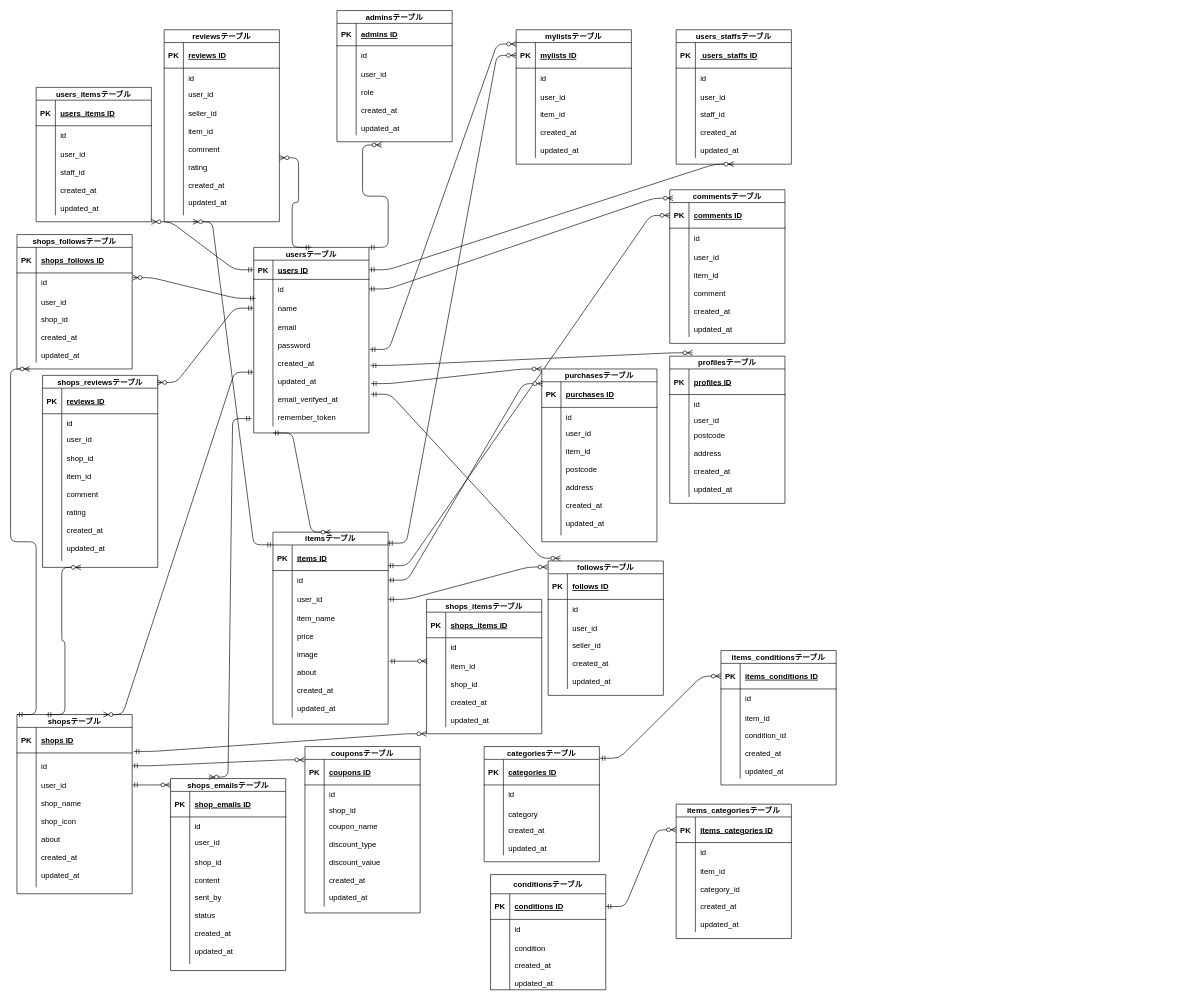
Earlier version of the draw.io diagram coachtechフリマ-1.drawio (YutaTomatsu/Coachtech-). Source tidied: cells renumbered, new cells numbered last; positions are measured from the earlier drawing's top-left corner, leaving out a move shared by most shapes. Both pictures are drawn from the tidied source at 64%, with x=0, y=0 at pixel (17, 10).
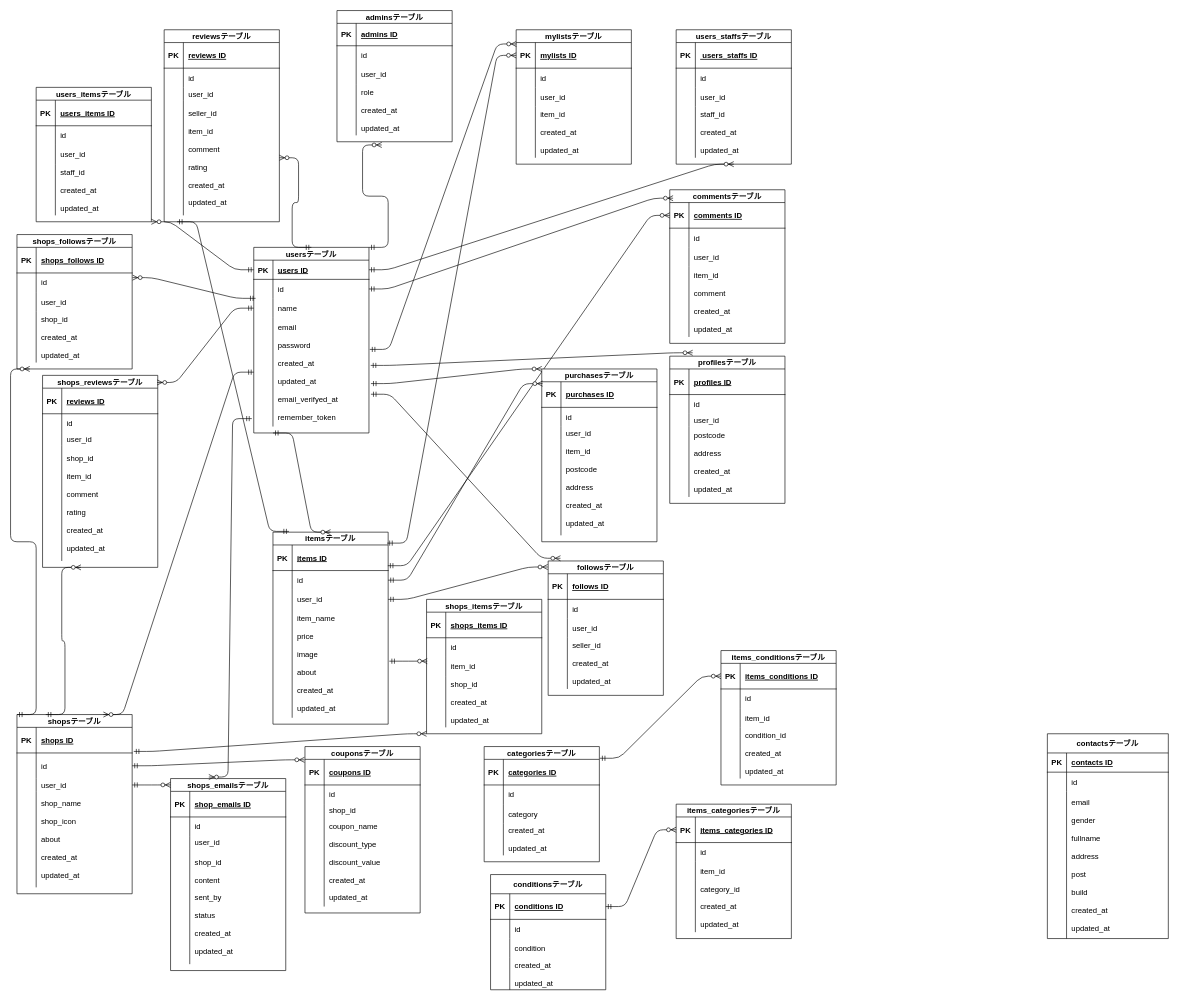
The same page after the edit.

The change refers to these unchanged cells:
```xml
<mxCell id="28" value="itemsテーブル" style="shape=table;startSize=20;childLayout=tableLayout;rowLines=0;fontStyle=1;align=center;" parent="1" vertex="1">
  <mxGeometry x="400" y="815" width="180" height="300" as="geometry" />
</mxCell>
<mxCell id="29" style="shape=tableRow;horizontal=0;startSize=0;swimlaneHead=0;swimlaneBody=0;fillColor=none;points=[[0,0.5],[1,0.5]];portConstraint=eastwest;top=0;left=0;right=0;bottom=1;" parent="28" vertex="1">
  <mxGeometry y="20" width="180" height="40" as="geometry" />
</mxCell>
<mxCell id="155" value="reviewsテーブル" style="shape=table;startSize=20;childLayout=tableLayout;rowLines=0;fontStyle=1;align=center;" parent="1" vertex="1">
  <mxGeometry x="230" y="30" width="180" height="300" as="geometry" />
</mxCell>
```

Diff of the diagram source:
```diff
@@
-    <mxCell id="168" style="edgeStyle=entityRelationEdgeStyle;fontSize=12;html=1;endArrow=ERzeroToMany;startArrow=ERmandOne;exitX=0;exitY=-0.007;exitDx=0;exitDy=0;exitPerimeter=0;entryX=0.25;entryY=1;entryDx=0;entryDy=0;" parent="1" edge="1" source="29" target="155">
-      <mxGeometry relative="1" as="geometry" />
-    </mxCell>
@@
+    <mxCell id="302" value="contactsテーブル" style="shape=table;startSize=30;childLayout=tableLayout;rowLines=0;fontStyle=1;align=center;" parent="1" vertex="1">
+      <mxGeometry x="1610" y="1130" width="189" height="320" as="geometry" />
+    </mxCell>
+    <mxCell id="303" style="shape=tableRow;horizontal=0;startSize=0;swimlaneHead=0;swimlaneBody=0;fillColor=none;top=0;left=0;right=0;bottom=1;" parent="302" vertex="1">
+      <mxGeometry y="30" width="189" height="30" as="geometry" />
+    </mxCell>
+    <mxCell id="304" value="PK" style="shape=partialRectangle;fillColor=none;top=0;left=0;bottom=0;right=0;fontStyle=1;overflow=hidden;" parent="303" vertex="1">
+      <mxGeometry width="30" height="30" as="geometry" />
+    </mxCell>
+    <mxCell id="305" value="contacts ID" style="shape=partialRectangle;fillColor=none;top=0;left=0;bottom=0;right=0;align=left;spacingLeft=6;fontStyle=5;overflow=hidden;" parent="303" vertex="1">
+      <mxGeometry x="30" width="159" height="30" as="geometry" />
+    </mxCell>
+    <mxCell id="306" style="shape=tableRow;horizontal=0;startSize=0;swimlaneHead=0;swimlaneBody=0;fillColor=none;top=0;left=0;right=0;bottom=0;" parent="302" vertex="1">
+      <mxGeometry y="60" width="189" height="30" as="geometry" />
+    </mxCell>
+    <mxCell id="307" style="shape=partialRectangle;fillColor=none;top=0;left=0;bottom=0;right=0;overflow=hidden;" parent="306" vertex="1">
+      <mxGeometry width="30" height="30" as="geometry" />
+    </mxCell>
+    <mxCell id="308" value="id" style="shape=partialRectangle;fillColor=none;top=0;left=0;bottom=0;right=0;align=left;spacingLeft=6;overflow=hidden;" parent="306" vertex="1">
+      <mxGeometry x="30" width="159" height="30" as="geometry" />
+    </mxCell>
+    <mxCell id="309" style="shape=tableRow;horizontal=0;startSize=0;swimlaneHead=0;swimlaneBody=0;fillColor=none;top=0;left=0;right=0;bottom=0;" parent="302" vertex="1">
+      <mxGeometry y="90" width="189" height="230" as="geometry" />
+    </mxCell>
+    <mxCell id="310" style="shape=partialRectangle;fillColor=none;top=0;left=0;bottom=0;right=0;overflow=hidden;" parent="309" vertex="1">
+      <mxGeometry width="30" height="230" as="geometry" />
+    </mxCell>
+    <mxCell id="311" value="email&#10;&#10;gender&#10;&#10;fullname&#10;&#10;address&#10;&#10;post&#10;&#10;build&#10;&#10;created_at&#10;&#10;updated_at" style="shape=partialRectangle;fillColor=none;top=0;left=0;bottom=0;right=0;align=left;spacingLeft=6;overflow=hidden;" parent="309" vertex="1">
+      <mxGeometry x="30" width="159" height="230" as="geometry" />
+    </mxCell>
+    <mxCell id="312" style="edgeStyle=entityRelationEdgeStyle;fontSize=12;html=1;endArrow=ERmandOne;startArrow=ERmandOne;entryX=0.139;entryY=-0.004;entryDx=0;entryDy=0;entryPerimeter=0;" parent="1" edge="1" target="28">
+      <mxGeometry relative="1" as="geometry">
+        <mxPoint x="250" y="330" as="sourcePoint" />
+      </mxGeometry>
+    </mxCell>
```
